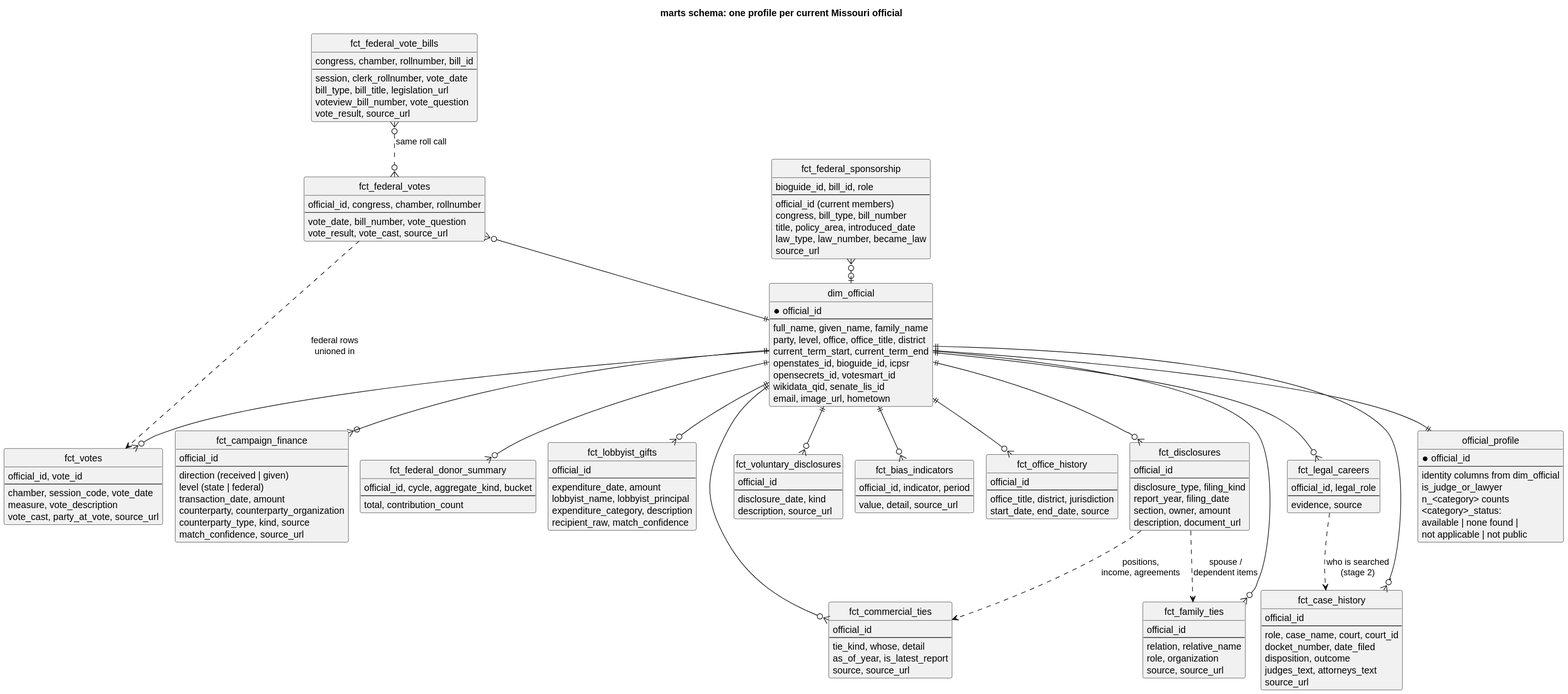
This is docs/diagrams/data_model.svg from akettmann/missouri_gov_feed, a PlantUML export, as it was before one commit. Its source is kept beside it as docs/diagrams/data_model.puml.
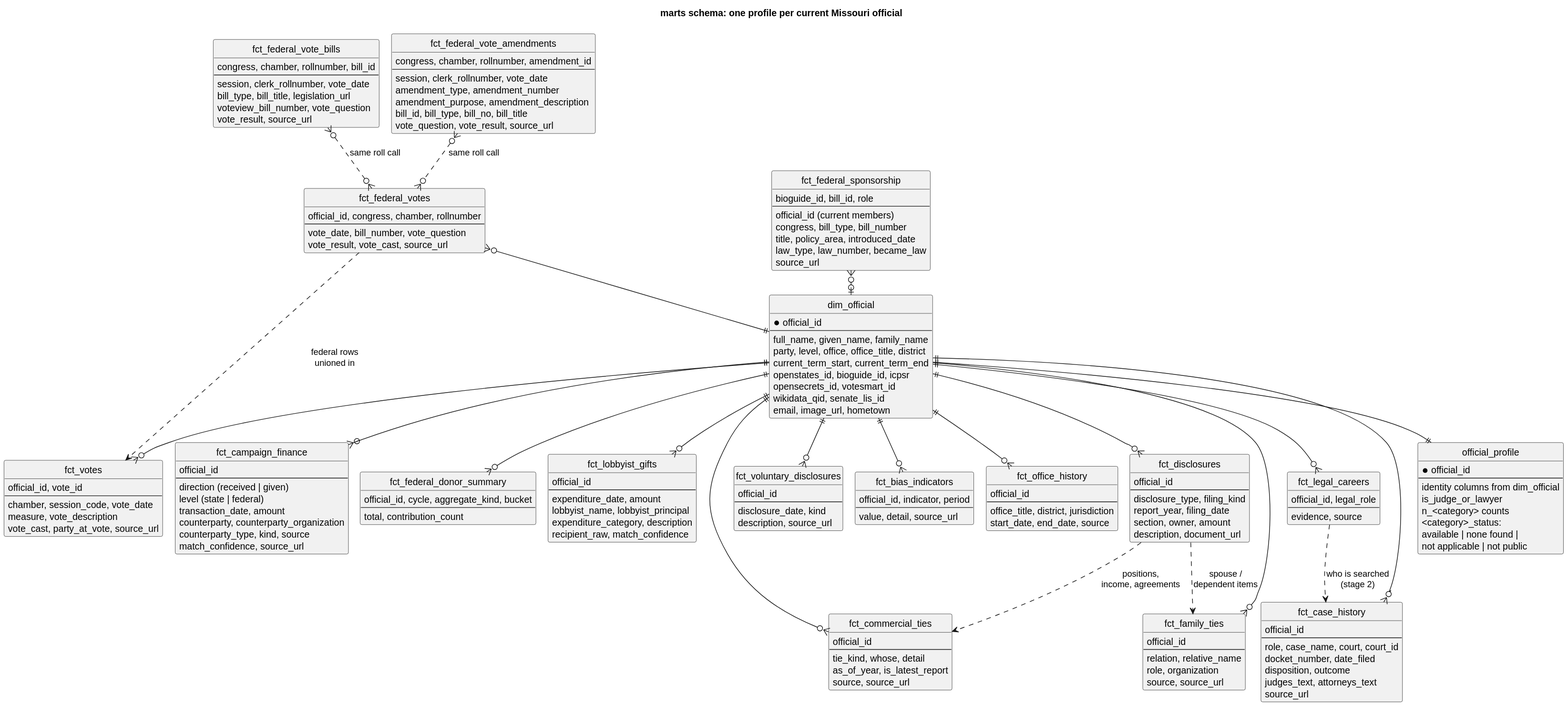
After the change.

Commit message:
Document BILLSTATUS amendments in sources.md and diagrams (#776)

What changed in the source:
```diff
@@ -48,6 +48,16 @@
   bill_type, bill_title, legislation_url
   voteview_bill_number, vote_question
   vote_result, source_url
+}
+
+entity fct_federal_vote_amendments {
+  congress, chamber, rollnumber, amendment_id
+  --
+  session, clerk_rollnumber, vote_date
+  amendment_type, amendment_number
+  amendment_purpose, amendment_description
+  bill_id, bill_type, bill_no, bill_title
+  vote_question, vote_result, source_url
 }
 
 entity fct_federal_sponsorship {
@@ -153,6 +163,7 @@
 fct_federal_votes ..> fct_votes : federal rows\nunioned in
 fct_federal_sponsorship }o--o| dim_official
 fct_federal_vote_bills }o..o{ fct_federal_votes : same roll call
+fct_federal_vote_amendments }o..o{ fct_federal_votes : same roll call
 dim_official ||--o{ fct_campaign_finance
 dim_official ||--o{ fct_federal_donor_summary
 dim_official ||--o{ fct_lobbyist_gifts
```
